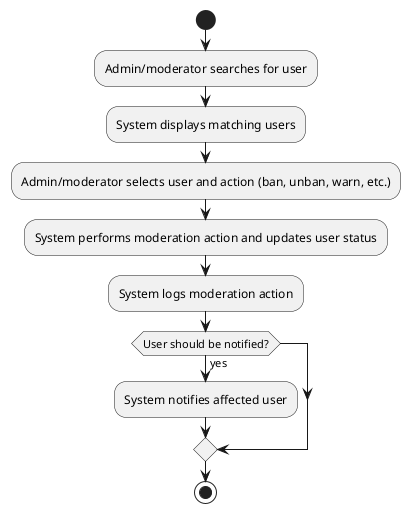
Before: documentation/new-docs/diagrams/module7/transaction7_1_activity.png, a diagram exported from PlantUML (hiimghostine/darknet-duel). Source of this version:
```plantuml
@startuml
start
:Admin/moderator searches for user;
:System displays matching users;
:Admin/moderator selects user and action (ban, unban, warn, etc.);
:System performs moderation action and updates user status;
:System logs moderation action;
if (User should be notified?) then (yes)
  :System notifies affected user;
endif
stop
@enduml
```
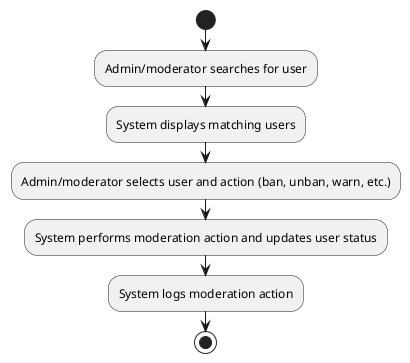
After the commit.

Change to the diagram source:
```diff
@@ -5,8 +5,5 @@
 :Admin/moderator selects user and action (ban, unban, warn, etc.);
 :System performs moderation action and updates user status;
 :System logs moderation action;
-if (User should be notified?) then (yes)
-  :System notifies affected user;
-endif
 stop
 @enduml
```
